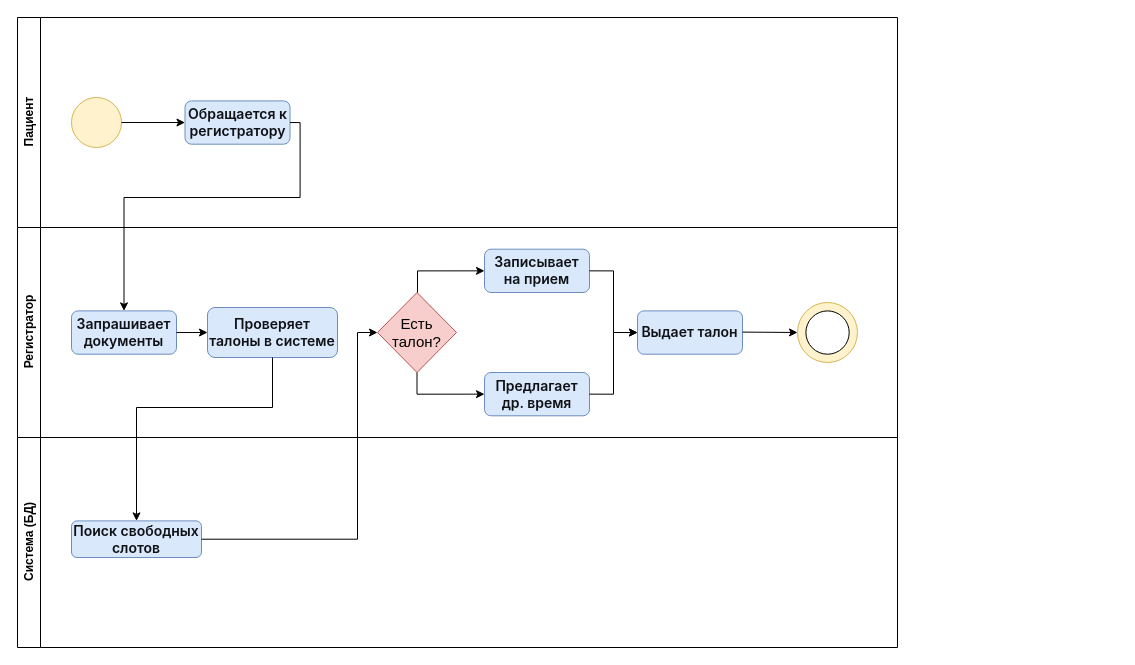
Before: lab1/diagrams/activity.drawio in mihedmasa-wq/visual-programming-labs-Mixed, a draw.io diagram. Source tidied: cells renumbered, new cells numbered last; positions are measured from the earlier drawing's top-left corner, leaving out a move shared by most shapes. Both pictures are drawn from the tidied source at 100%, with x=0, y=0 at pixel (17, 17).
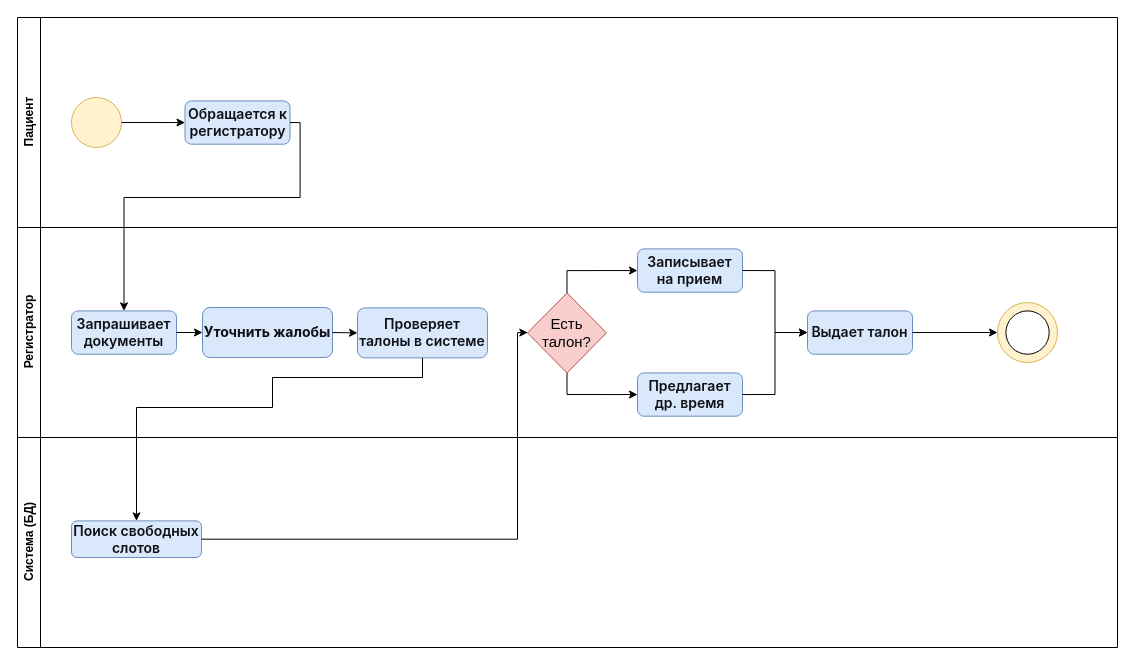
Above is the later version.

Commit message (it also covers changes not shown here):
Update UML Activity: add minor element

Unchanged cells that the change refers to:
```xml
<mxCell id="7" value="&lt;span style=&quot;font-weight: 600; color: rgb(15, 17, 21); font-family: quote-cjk-patch, Inter, system-ui, -apple-system, BlinkMacSystemFont, &amp;quot;Segoe UI&amp;quot;, Roboto, Oxygen, Ubuntu, Cantarell, &amp;quot;Open Sans&amp;quot;, &amp;quot;Helvetica Neue&amp;quot;, sans-serif; text-align: start;&quot;&gt;&lt;span class=&quot;&quot; style=&quot;&quot;&gt;&lt;font style=&quot;font-size: 14px;&quot;&gt;Запрашивает документы&lt;/font&gt;&lt;/span&gt;&lt;/span&gt;" style="rounded=1;whiteSpace=wrap;html=1;fillColor=#dae8fc;strokeColor=#6c8ebf;" parent="6" vertex="1">
  <mxGeometry x="54" y="83.4" width="105" height="43.3" as="geometry" />
</mxCell>
<mxCell id="23" value="&lt;span style=&quot;font-weight: 600; color: rgb(15, 17, 21); font-family: quote-cjk-patch, Inter, system-ui, -apple-system, BlinkMacSystemFont, &amp;quot;Segoe UI&amp;quot;, Roboto, Oxygen, Ubuntu, Cantarell, &amp;quot;Open Sans&amp;quot;, &amp;quot;Helvetica Neue&amp;quot;, sans-serif; text-align: start;&quot;&gt;&lt;span class=&quot;&quot; style=&quot;&quot;&gt;&lt;font style=&quot;font-size: 14px;&quot;&gt;Поиск свободных слотов&lt;/font&gt;&lt;/span&gt;&lt;/span&gt;" style="rounded=1;whiteSpace=wrap;html=1;fillColor=#dae8fc;strokeColor=#6c8ebf;" parent="22" vertex="1">
  <mxGeometry x="54" y="83.4" width="130" height="36.6" as="geometry" />
</mxCell>
```

Diff of the diagram source:
```diff
@@
     <mxCell id="2" value="Пациент" style="swimlane;horizontal=0;whiteSpace=wrap;html=1;" parent="1" vertex="1">
-      <mxGeometry width="880" height="210" as="geometry" />
+      <mxGeometry width="1100" height="210" as="geometry" />
     </mxCell>
@@
     <mxCell id="6" value="Регистратор" style="swimlane;horizontal=0;whiteSpace=wrap;html=1;" parent="1" vertex="1">
-      <mxGeometry y="210" width="880" height="210" as="geometry" />
+      <mxGeometry y="210" width="1100" height="210" as="geometry" />
     </mxCell>
@@
     <mxCell id="8" value="&lt;span style=&quot;font-weight: 600; color: rgb(15, 17, 21); font-family: quote-cjk-patch, Inter, system-ui, -apple-system, BlinkMacSystemFont, &amp;quot;Segoe UI&amp;quot;, Roboto, Oxygen, Ubuntu, Cantarell, &amp;quot;Open Sans&amp;quot;, &amp;quot;Helvetica Neue&amp;quot;, sans-serif; text-align: start;&quot;&gt;&lt;span class=&quot;&quot; style=&quot;&quot;&gt;&lt;font style=&quot;font-size: 14px;&quot;&gt;Проверяет талоны в системе&lt;/font&gt;&lt;/span&gt;&lt;/span&gt;" style="rounded=1;whiteSpace=wrap;html=1;fillColor=#dae8fc;strokeColor=#6c8ebf;" parent="6" vertex="1">
-      <mxGeometry x="190" y="80" width="130" height="50" as="geometry" />
+      <mxGeometry x="340" y="80.4" width="130" height="50" as="geometry" />
     </mxCell>
     <mxCell id="9" value="&lt;font style=&quot;font-size: 15px;&quot;&gt;Есть талон?&lt;/font&gt;" style="rhombus;whiteSpace=wrap;html=1;shapeInside=1;fillColor=#f8cecc;strokeColor=#b85450;" parent="6" vertex="1">
-      <mxGeometry x="360" y="65" width="79" height="80" as="geometry" />
+      <mxGeometry x="510" y="65.4" width="79" height="80" as="geometry" />
     </mxCell>
     <mxCell id="10" value="&lt;span style=&quot;font-weight: 600; color: rgb(15, 17, 21); font-family: quote-cjk-patch, Inter, system-ui, -apple-system, BlinkMacSystemFont, &amp;quot;Segoe UI&amp;quot;, Roboto, Oxygen, Ubuntu, Cantarell, &amp;quot;Open Sans&amp;quot;, &amp;quot;Helvetica Neue&amp;quot;, sans-serif; text-align: start;&quot;&gt;&lt;span class=&quot;&quot; style=&quot;&quot;&gt;&lt;font style=&quot;font-size: 14px;&quot;&gt;Предлагает др. время&lt;/font&gt;&lt;/span&gt;&lt;/span&gt;" style="rounded=1;whiteSpace=wrap;html=1;fillColor=#dae8fc;strokeColor=#6c8ebf;" parent="6" vertex="1">
-      <mxGeometry x="467" y="145" width="105" height="43.3" as="geometry" />
+      <mxGeometry x="620" y="145.4" width="105" height="43.3" as="geometry" />
     </mxCell>
     <mxCell id="11" value="&lt;span style=&quot;font-weight: 600; color: rgb(15, 17, 21); font-family: quote-cjk-patch, Inter, system-ui, -apple-system, BlinkMacSystemFont, &amp;quot;Segoe UI&amp;quot;, Roboto, Oxygen, Ubuntu, Cantarell, &amp;quot;Open Sans&amp;quot;, &amp;quot;Helvetica Neue&amp;quot;, sans-serif; text-align: start;&quot;&gt;&lt;span class=&quot;&quot; style=&quot;&quot;&gt;&lt;font style=&quot;font-size: 14px;&quot;&gt;Записывает на прием&lt;/font&gt;&lt;/span&gt;&lt;/span&gt;" style="rounded=1;whiteSpace=wrap;html=1;fillColor=#dae8fc;strokeColor=#6c8ebf;" parent="6" vertex="1">
-      <mxGeometry x="467" y="21.7" width="105" height="43.3" as="geometry" />
+      <mxGeometry x="620" y="21.4" width="105" height="43.3" as="geometry" />
     </mxCell>
     <mxCell id="12" value="&lt;span style=&quot;font-weight: 600; color: rgb(15, 17, 21); font-family: quote-cjk-patch, Inter, system-ui, -apple-system, BlinkMacSystemFont, &amp;quot;Segoe UI&amp;quot;, Roboto, Oxygen, Ubuntu, Cantarell, &amp;quot;Open Sans&amp;quot;, &amp;quot;Helvetica Neue&amp;quot;, sans-serif; text-align: start;&quot;&gt;&lt;span class=&quot;&quot; style=&quot;&quot;&gt;&lt;font style=&quot;font-size: 14px;&quot;&gt;Выдает талон&lt;/font&gt;&lt;/span&gt;&lt;/span&gt;" style="rounded=1;whiteSpace=wrap;html=1;fillColor=#dae8fc;strokeColor=#6c8ebf;" parent="6" vertex="1">
-      <mxGeometry x="620" y="83.4" width="105" height="43.3" as="geometry" />
+      <mxGeometry x="790" y="83.4" width="105" height="43.3" as="geometry" />
     </mxCell>
     <mxCell id="13" style="ellipse;whiteSpace=wrap;html=1;shapeInside=1;fillColor=#fff2cc;strokeColor=#d6b656;" parent="6" vertex="1">
-      <mxGeometry x="780" y="75" width="60" height="60" as="geometry" />
+      <mxGeometry x="980" y="75" width="60" height="60" as="geometry" />
     </mxCell>
     <mxCell id="14" style="ellipse;whiteSpace=wrap;html=1;shapeInside=1;rotation=0;" parent="6" vertex="1">
-      <mxGeometry x="788.4" y="83.4" width="43.3" height="43.3" as="geometry" />
+      <mxGeometry x="988.4" y="83.4" width="43.3" height="43.3" as="geometry" />
     </mxCell>
-    <mxCell id="15" style="endArrow=classic;html=1;rounded=0;exitX=1;exitY=0.5;exitDx=0;exitDy=0;entryX=0;entryY=0.5;entryDx=0;entryDy=0;" parent="6" edge="1" source="7" target="8">
-      <mxGeometry relative="1" as="geometry" />
-    </mxCell>
-    <mxCell id="16" style="endArrow=classic;html=1;rounded=0;exitX=1;exitY=0.5;exitDx=0;exitDy=0;entryX=0;entryY=0.5;entryDx=0;entryDy=0;edgeStyle=orthogonalEdgeStyle;" parent="6" edge="1" target="11">
+    <mxCell id="16" style="endArrow=classic;html=1;rounded=0;exitX=0.5;exitY=0;exitDx=0;exitDy=0;entryX=0;entryY=0.5;entryDx=0;entryDy=0;edgeStyle=orthogonalEdgeStyle;" parent="6" edge="1" source="9" target="11">
       <mxGeometry relative="1" as="geometry">
-        <mxPoint x="400" y="65" as="sourcePoint" />
         <Array as="points">
-          <mxPoint x="400" y="42.6" />
+          <mxPoint x="549.5" y="43" />
         </Array>
       </mxGeometry>
     </mxCell>
@@
-    <mxCell id="20" style="endArrow=classic;html=1;rounded=0;exitX=1;exitY=0.5;exitDx=0;exitDy=0;entryX=0;entryY=0.5;entryDx=0;entryDy=0;" parent="6" edge="1" target="13">
-      <mxGeometry relative="1" as="geometry">
-        <mxPoint x="725" y="104.6" as="sourcePoint" />
-      </mxGeometry>
+    <mxCell id="20" style="endArrow=classic;html=1;rounded=0;exitX=1;exitY=0.5;exitDx=0;exitDy=0;entryX=0;entryY=0.5;entryDx=0;entryDy=0;" parent="6" edge="1" source="12" target="13">
+      <mxGeometry relative="1" as="geometry" />
     </mxCell>
+    <mxCell id="26" value="&lt;div style=&quot;text-align: start;&quot;&gt;&lt;span style=&quot;background-color: transparent; font-size: 14px;&quot;&gt;&lt;font color=&quot;#0f1115&quot; face=&quot;quote-cjk-patch, Inter, system-ui, -apple-system, BlinkMacSystemFont, Segoe UI, Roboto, Oxygen, Ubuntu, Cantarell, Open Sans, Helvetica Neue, sans-serif&quot;&gt;&lt;b&gt;Уточнить жалобы&lt;/b&gt;&lt;/font&gt;&lt;/span&gt;&lt;/div&gt;" style="rounded=1;whiteSpace=wrap;html=1;fillColor=#dae8fc;strokeColor=#6c8ebf;" parent="6" vertex="1">
+      <mxGeometry x="185" y="80" width="130" height="50" as="geometry" />
+    </mxCell>
+    <mxCell id="27" style="endArrow=classic;html=1;rounded=0;exitX=1;exitY=0.5;exitDx=0;exitDy=0;entryX=0;entryY=0.5;entryDx=0;entryDy=0;" parent="6" edge="1" target="26">
+      <mxGeometry relative="1" as="geometry">
+        <mxPoint x="159" y="105" as="sourcePoint" />
+      </mxGeometry>
+    </mxCell>
+    <mxCell id="28" style="endArrow=classic;html=1;rounded=0;exitX=1;exitY=0.5;exitDx=0;exitDy=0;entryX=0;entryY=0.5;entryDx=0;entryDy=0;" parent="6" edge="1" source="26" target="8">
+      <mxGeometry relative="1" as="geometry" />
+    </mxCell>
@@
     <mxCell id="22" value="Система (БД)" style="swimlane;horizontal=0;whiteSpace=wrap;html=1;" parent="1" vertex="1">
-      <mxGeometry y="420" width="880" height="210" as="geometry" />
+      <mxGeometry y="420" width="1100" height="210" as="geometry" />
     </mxCell>
@@
     <mxCell id="24" style="endArrow=classic;html=1;rounded=0;exitX=0.5;exitY=1;exitDx=0;exitDy=0;entryX=0.5;entryY=0;entryDx=0;entryDy=0;edgeStyle=orthogonalEdgeStyle;" parent="1" edge="1" source="8" target="23">
       <mxGeometry relative="1" as="geometry">
         <Array as="points">
+          <mxPoint x="405" y="360" />
+          <mxPoint x="255" y="360" />
           <mxPoint x="255" y="390" />
           <mxPoint x="119" y="390" />
         </Array>
       </mxGeometry>
     </mxCell>
     <mxCell id="25" style="endArrow=classic;html=1;rounded=0;exitX=1;exitY=0.5;exitDx=0;exitDy=0;edgeStyle=orthogonalEdgeStyle;" parent="1" edge="1" source="23" target="9">
       <mxGeometry relative="1" as="geometry">
         <Array as="points">
-          <mxPoint x="340" y="521.7" />
-          <mxPoint x="340" y="315" />
+          <mxPoint x="500" y="521.7" />
+          <mxPoint x="500" y="315.1" />
         </Array>
       </mxGeometry>
     </mxCell>
```
